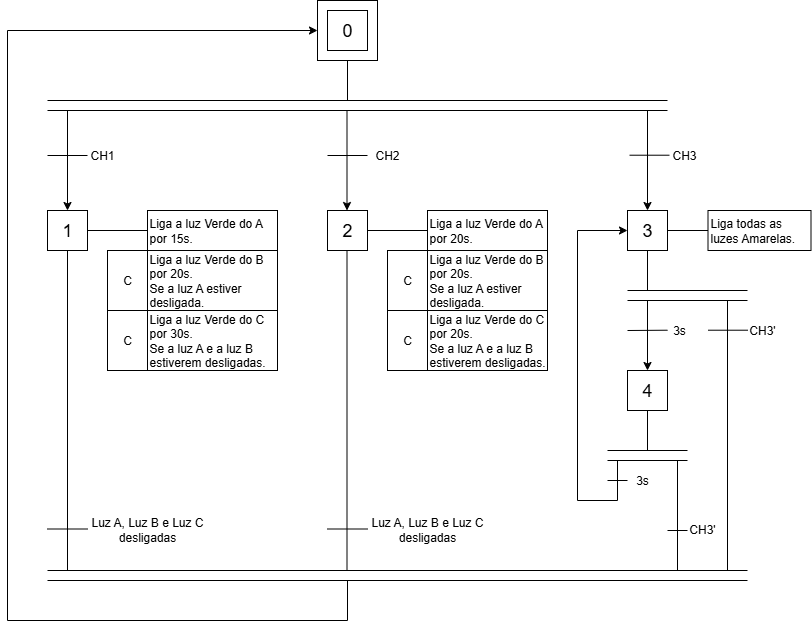
This is Experiência 3 - Semáforo de 3 tempos/Experimento3_CLP.drawio.png from pedroManuelP/Automa-o-Industrial, a draw.io export, as it was before one commit. Source tidied: cells renumbered, new cells last; positions are measured from the earlier drawing's top-left corner, leaving out a move shared by most shapes.
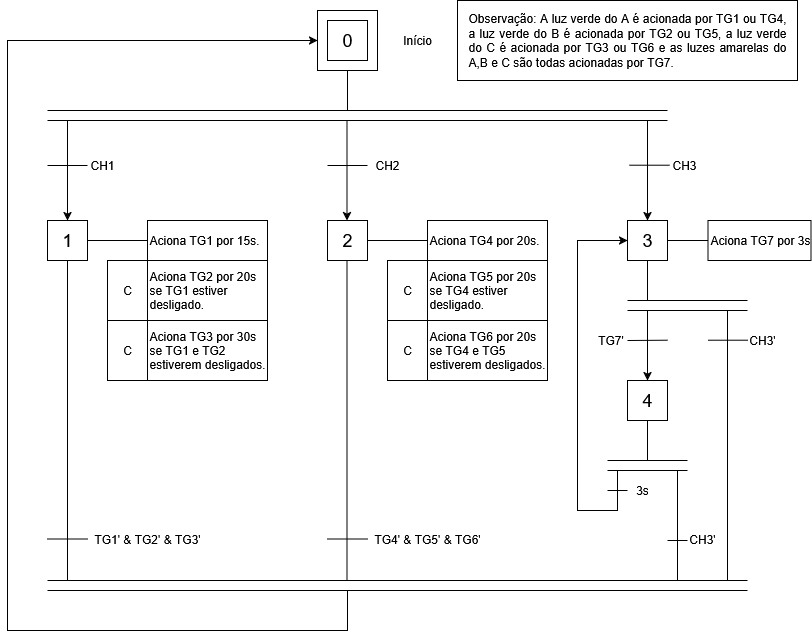
The same diagram one commit later.

The edit, as a diff of the source:
```diff
@@ -2,6 +2,9 @@
   <root>
     <mxCell id="0" />
     <mxCell id="1" parent="0" />
+    <mxCell id="61" style="rounded=0;whiteSpace=wrap;html=1;" parent="1" vertex="1">
+      <mxGeometry x="450" y="-10" width="340" height="80" as="geometry" />
+    </mxCell>
     <mxCell id="2" style="endArrow=none;html=1;rounded=0;exitX=0.5;exitY=1;exitDx=0;exitDy=0;" parent="1" edge="1" source="54">
       <mxGeometry relative="1" as="geometry">
         <mxPoint x="340" y="100" as="targetPoint" />
@@ -22,8 +25,8 @@
     <mxCell id="5" value="&lt;font style=&quot;font-size: 18px;&quot;&gt;1&lt;/font&gt;" style="rounded=0;whiteSpace=wrap;html=1;" parent="1" vertex="1">
       <mxGeometry x="40" y="210" width="40" height="40" as="geometry" />
     </mxCell>
-    <mxCell id="6" value="&lt;div style=&quot;&quot;&gt;&lt;span style=&quot;background-color: rgb(255, 255, 255);&quot;&gt;&lt;font style=&quot;color: rgb(0, 0, 0);&quot;&gt;&lt;br&gt;&lt;/font&gt;&lt;/span&gt;&lt;/div&gt;&lt;span style=&quot;background-color: rgb(255, 255, 255);&quot;&gt;&lt;font style=&quot;color: rgb(0, 0, 0);&quot;&gt;&lt;span style=&quot;font-family: Helvetica; font-size: 12px; font-style: normal; font-variant-ligatures: normal; font-variant-caps: normal; font-weight: 400; letter-spacing: normal; orphans: 2; text-indent: 0px; text-transform: none; widows: 2; word-spacing: 0px; -webkit-text-stroke-width: 0px; white-space: normal; text-decoration-thickness: initial; text-decoration-style: initial; text-decoration-color: initial; float: none; color: rgb(0, 0, 0); display: inline !important;&quot;&gt;Liga a luz Verde do A por 15s.&lt;/span&gt;&lt;br&gt;&lt;/font&gt;&lt;/span&gt;&lt;div style=&quot;&quot;&gt;&lt;br&gt;&lt;/div&gt;" style="rounded=0;whiteSpace=wrap;html=1;align=left;" parent="1" vertex="1">
-      <mxGeometry x="140" y="210" width="130" height="40" as="geometry" />
+    <mxCell id="6" value="&lt;div align=&quot;left&quot;&gt;Aciona TG1 por 15s.&lt;/div&gt;" style="rounded=0;whiteSpace=wrap;html=1;align=left;" parent="1" vertex="1">
+      <mxGeometry x="140" y="210" width="120" height="40" as="geometry" />
     </mxCell>
     <mxCell id="7" value="&lt;font style=&quot;font-size: 12px;&quot;&gt;C&lt;/font&gt;" style="rounded=0;whiteSpace=wrap;html=1;" parent="1" vertex="1">
       <mxGeometry x="100" y="250" width="40" height="60" as="geometry" />
@@ -54,7 +57,7 @@
     <mxCell id="13" value="CH1" style="text;html=1;align=center;verticalAlign=middle;whiteSpace=wrap;rounded=0;" parent="1" vertex="1">
       <mxGeometry x="80" y="140" width="30" height="30" as="geometry" />
     </mxCell>
-    <mxCell id="14" value="&lt;span style=&quot;&quot;&gt;Liga a luz Verde do A por 20s.&lt;/span&gt;" style="rounded=0;whiteSpace=wrap;html=1;align=left;" parent="1" vertex="1">
+    <mxCell id="14" value="&lt;div align=&quot;left&quot;&gt;Aciona TG4 por 20s.&lt;/div&gt;" style="rounded=0;whiteSpace=wrap;html=1;align=left;" parent="1" vertex="1">
       <mxGeometry x="420" y="210" width="120" height="40" as="geometry" />
     </mxCell>
     <mxCell id="15" style="endArrow=none;html=1;rounded=0;exitX=1;exitY=0.5;exitDx=0;exitDy=0;entryX=0;entryY=0.5;entryDx=0;entryDy=0;" parent="1" edge="1" source="8" target="14">
@@ -63,7 +66,7 @@
     <mxCell id="16" style="endArrow=none;html=1;rounded=0;exitX=1;exitY=0.5;exitDx=0;exitDy=0;entryX=0;entryY=0.5;entryDx=0;entryDy=0;" parent="1" edge="1" source="9" target="17">
       <mxGeometry relative="1" as="geometry" />
     </mxCell>
-    <mxCell id="17" value="Liga todas as luzes Amarelas." style="rounded=0;whiteSpace=wrap;html=1;align=left;" parent="1" vertex="1">
+    <mxCell id="17" value="&lt;div&gt;Aciona TG7 por 3s&lt;/div&gt;" style="rounded=0;whiteSpace=wrap;html=1;align=left;" parent="1" vertex="1">
       <mxGeometry x="700.5" y="210" width="103" height="40" as="geometry" />
     </mxCell>
     <mxCell id="18" style="endArrow=none;html=1;rounded=0;" parent="1" edge="1">
@@ -93,8 +96,8 @@
         <mxPoint x="660" y="329.7" as="targetPoint" />
       </mxGeometry>
     </mxCell>
-    <mxCell id="24" value="3s" style="text;html=1;align=center;verticalAlign=middle;whiteSpace=wrap;rounded=0;" parent="1" vertex="1">
-      <mxGeometry x="657" y="320" width="30" height="20" as="geometry" />
+    <mxCell id="24" value="TG7'" style="text;html=1;align=center;verticalAlign=middle;whiteSpace=wrap;rounded=0;" parent="1" vertex="1">
+      <mxGeometry x="587" y="320" width="33" height="20" as="geometry" />
     </mxCell>
     <mxCell id="25" style="endArrow=classic;html=1;rounded=0;entryX=0;entryY=0.5;entryDx=0;entryDy=0;" parent="1" edge="1" target="9">
       <mxGeometry relative="1" as="geometry">
@@ -213,7 +216,7 @@
         <mxPoint x="360" y="528.5" as="targetPoint" />
       </mxGeometry>
     </mxCell>
-    <mxCell id="46" value="Luz A, Luz B e Luz C desligadas" style="text;html=1;align=center;verticalAlign=middle;whiteSpace=wrap;rounded=0;" parent="1" vertex="1">
+    <mxCell id="46" value="TG4' &amp;amp; TG5' &amp;amp; TG6'" style="text;html=1;align=center;verticalAlign=middle;whiteSpace=wrap;rounded=0;" parent="1" vertex="1">
       <mxGeometry x="360" y="514" width="120" height="30" as="geometry" />
     </mxCell>
     <mxCell id="47" style="endArrow=none;html=1;rounded=0;" parent="1" edge="1">
@@ -222,7 +225,7 @@
         <mxPoint x="80" y="528.5" as="targetPoint" />
       </mxGeometry>
     </mxCell>
-    <mxCell id="48" value="Luz A, Luz B e Luz C desligadas" style="text;html=1;align=center;verticalAlign=middle;whiteSpace=wrap;rounded=0;" parent="1" vertex="1">
+    <mxCell id="48" value="TG1' &amp;amp; TG2' &amp;amp; TG3'" style="text;html=1;align=center;verticalAlign=middle;whiteSpace=wrap;rounded=0;" parent="1" vertex="1">
       <mxGeometry x="80" y="514" width="120" height="30" as="geometry" />
     </mxCell>
     <mxCell id="49" style="endArrow=classic;html=1;rounded=0;entryX=0;entryY=0.5;entryDx=0;entryDy=0;" parent="1" edge="1" target="54">
@@ -240,11 +243,11 @@
         <mxPoint x="60" y="110" as="sourcePoint" />
       </mxGeometry>
     </mxCell>
-    <mxCell id="51" value="&lt;span style=&quot;background-color: transparent; color: light-dark(rgb(0, 0, 0), rgb(255, 255, 255));&quot;&gt;Liga a luz Verde do B por 20s.&lt;/span&gt;&lt;br&gt;&lt;div style=&quot;&quot;&gt;Se a luz A estiver desligada.&lt;/div&gt;" style="rounded=0;whiteSpace=wrap;html=1;align=left;" parent="1" vertex="1">
-      <mxGeometry x="140" y="250" width="130" height="60" as="geometry" />
+    <mxCell id="51" value="&lt;div align=&quot;left&quot;&gt;Aciona TG2 por 20s&amp;nbsp;&lt;/div&gt;&lt;div align=&quot;left&quot;&gt;se TG1 estiver desligado.&lt;/div&gt;" style="rounded=0;whiteSpace=wrap;html=1;align=left;" parent="1" vertex="1">
+      <mxGeometry x="140" y="250" width="120" height="60" as="geometry" />
     </mxCell>
-    <mxCell id="52" value="&lt;div style=&quot;&quot;&gt;Liga a luz Verde do C por 30s.&lt;/div&gt;&lt;div style=&quot;&quot;&gt;Se a luz A e a luz B estiverem desligadas.&lt;/div&gt;" style="rounded=0;whiteSpace=wrap;html=1;align=left;" parent="1" vertex="1">
-      <mxGeometry x="140" y="310" width="130" height="60" as="geometry" />
+    <mxCell id="52" value="&lt;div&gt;Aciona TG3 por 30s&lt;/div&gt;&lt;div&gt;se TG1 e TG2 estiverem desligados.&lt;/div&gt;" style="rounded=0;whiteSpace=wrap;html=1;align=left;" parent="1" vertex="1">
+      <mxGeometry x="140" y="310" width="120" height="60" as="geometry" />
     </mxCell>
     <mxCell id="53" value="&lt;font style=&quot;font-size: 12px;&quot;&gt;C&lt;/font&gt;" style="rounded=0;whiteSpace=wrap;html=1;" parent="1" vertex="1">
       <mxGeometry x="100" y="310" width="40" height="60" as="geometry" />
@@ -258,10 +261,10 @@
     <mxCell id="56" style="endArrow=none;html=1;rounded=0;exitX=1;exitY=0.5;exitDx=0;exitDy=0;entryX=0;entryY=0.5;entryDx=0;entryDy=0;" parent="1" edge="1" source="5" target="6">
       <mxGeometry relative="1" as="geometry" />
     </mxCell>
-    <mxCell id="57" value="&lt;div&gt;Liga a luz Verde do B por 20s.&lt;/div&gt;&lt;div&gt;Se a luz A estiver desligada.&lt;/div&gt;" style="rounded=0;whiteSpace=wrap;html=1;align=left;" parent="1" vertex="1">
+    <mxCell id="57" value="&lt;div align=&quot;left&quot;&gt;Aciona TG5 por 20s&amp;nbsp;&lt;/div&gt;&lt;div align=&quot;left&quot;&gt;se TG4 estiver desligado.&lt;/div&gt;" style="rounded=0;whiteSpace=wrap;html=1;align=left;" parent="1" vertex="1">
       <mxGeometry x="420" y="250" width="120" height="60" as="geometry" />
     </mxCell>
-    <mxCell id="58" value="&lt;div&gt;Liga a luz Verde do C por 20s.&lt;/div&gt;&lt;div&gt;Se a luz A e a luz B estiverem desligadas.&lt;/div&gt;" style="rounded=0;whiteSpace=wrap;html=1;align=left;" parent="1" vertex="1">
+    <mxCell id="58" value="&lt;div&gt;Aciona TG6 por 20s&lt;/div&gt;&lt;div&gt;se TG4 e TG5 estiverem desligados.&lt;/div&gt;" style="rounded=0;whiteSpace=wrap;html=1;align=left;" parent="1" vertex="1">
       <mxGeometry x="420" y="310" width="120" height="60" as="geometry" />
     </mxCell>
     <mxCell id="59" value="&lt;font style=&quot;font-size: 12px;&quot;&gt;C&lt;/font&gt;" style="rounded=0;whiteSpace=wrap;html=1;" parent="1" vertex="1">
@@ -270,5 +273,11 @@
     <mxCell id="60" value="&lt;font style=&quot;font-size: 12px;&quot;&gt;C&lt;/font&gt;" style="rounded=0;whiteSpace=wrap;html=1;" parent="1" vertex="1">
       <mxGeometry x="380" y="310" width="40" height="60" as="geometry" />
     </mxCell>
+    <mxCell id="62" value="&lt;div&gt;Início&lt;/div&gt;" style="text;html=1;align=center;verticalAlign=middle;whiteSpace=wrap;rounded=0;" parent="1" vertex="1">
+      <mxGeometry x="380" y="15" width="60" height="30" as="geometry" />
+    </mxCell>
+    <mxCell id="63" value="&lt;div align=&quot;justify&quot;&gt;Observação: A luz verde do A é acionada por TG1 ou TG4, a luz verde do B é acionada por TG2 ou TG5, a luz verde do C é acionada por TG3 ou TG6 e as luzes amarelas do A,B e C são todas acionadas por TG7.&lt;/div&gt;" style="text;html=1;align=center;verticalAlign=middle;whiteSpace=wrap;rounded=0;" parent="1" vertex="1">
+      <mxGeometry x="460" width="320" height="60" as="geometry" />
+    </mxCell>
   </root>
 </mxGraphModel>
```
